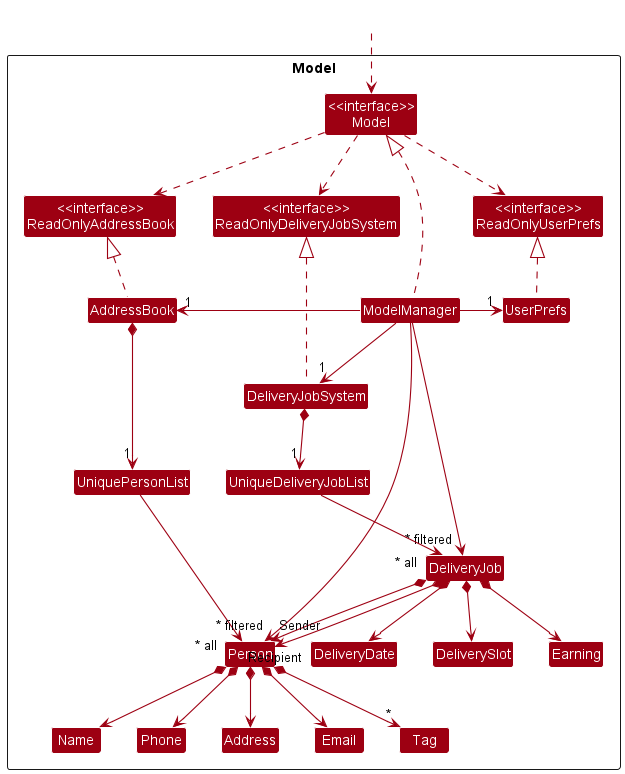
The PlantUML diagram docs/images/ModelClassDiagram.png in nus-cs2103-AY2223S2/tp, before a commit.
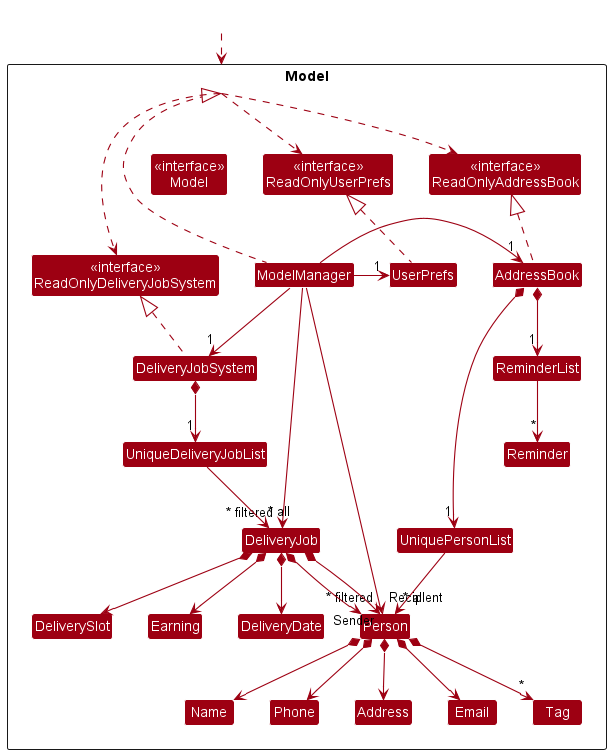
After the change.

Change to the diagram source:
```diff
@@ -19,6 +19,9 @@
 Class Name
 Class Phone
 Class Tag
+
+Class ReminderList
+Class Reminder
 
 Class "<<interface>>\nReadOnlyDeliveryJobSystem" as ReadOnlyDeliveryJobSystem
 Class DeliveryJobSystem
@@ -53,6 +56,9 @@
 Person *--> Address
 Person *--> "*" Tag
 
+AddressBook *--> "1" ReminderList
+ReminderList --> "~*" Reminder
+
 Name -[hidden]right-> Phone
 Phone -[hidden]right-> Address
 Address -[hidden]right-> Email
```
